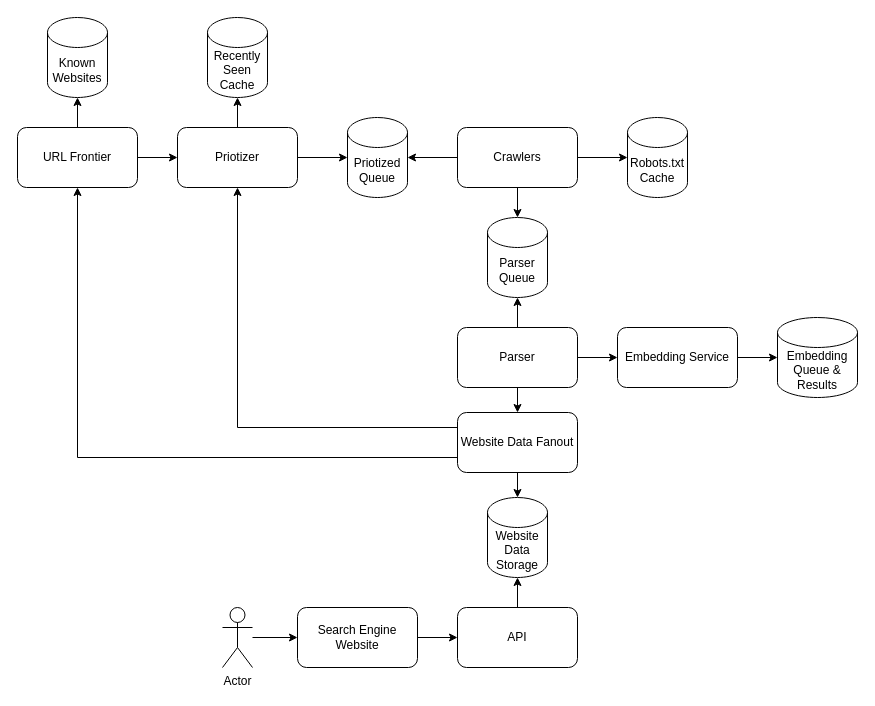
thothent/Diagrams keeps this draw.io diagram as search-engine-architecture.drawio. Above is the earlier version. Source tidied: cells renumbered, new cells numbered last; positions are measured from the earlier drawing's top-left corner, leaving out a move shared by most shapes. Both pictures are drawn from the tidied source at 100%, with x=0, y=0 at pixel (17, 17).
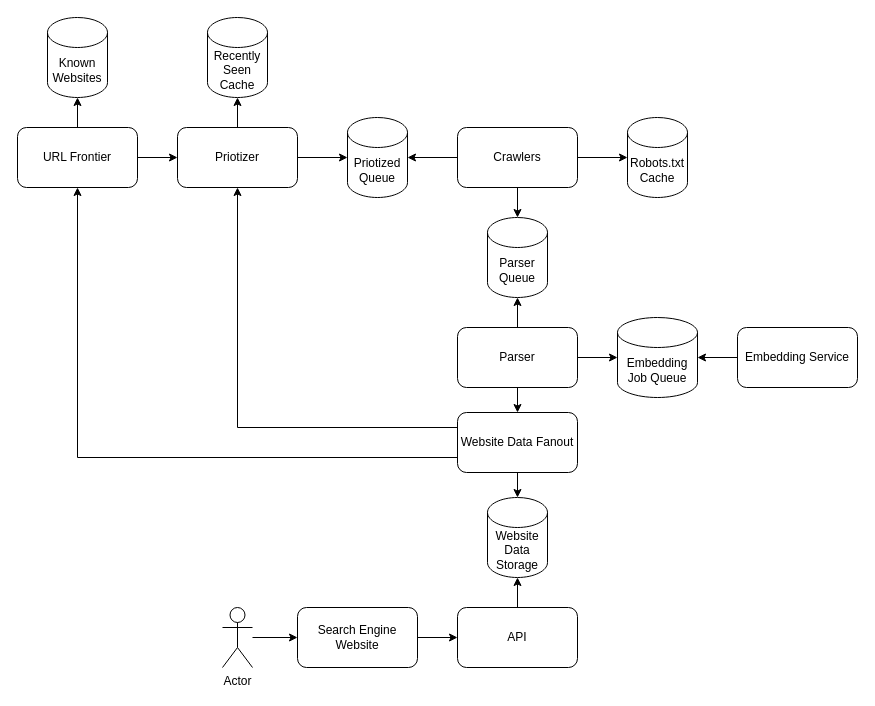
The same page after the edit.

Commit message:
addedd embedding job queue

The change refers to these unchanged cells:
```xml
<mxCell id="13" value="Parser" style="rounded=1;whiteSpace=wrap;html=1;" parent="1" vertex="1">
  <mxGeometry x="440" y="310" width="120" height="60" as="geometry" />
</mxCell>
```

Diff of the diagram source:
```diff
@@
-    <mxCell id="12" style="edgeStyle=orthogonalEdgeStyle;rounded=0;jettySize=auto;html=1;entryX=0;entryY=0.5;entryDx=0;entryDy=0;" parent="1" edge="1" source="13" target="32">
-      <mxGeometry relative="1" as="geometry" />
-    </mxCell>
@@
     <mxCell id="32" value="Embedding Service" style="rounded=1;whiteSpace=wrap;html=1;" parent="1" vertex="1">
-      <mxGeometry x="600" y="310" width="120" height="60" as="geometry" />
+      <mxGeometry x="720" y="310" width="120" height="60" as="geometry" />
     </mxCell>
-    <mxCell id="33" value="Embedding&lt;div&gt;Queue &amp;amp; Results&lt;/div&gt;" style="shape=cylinder3;whiteSpace=wrap;html=1;boundedLbl=1;backgroundOutline=1;size=15;" parent="1" vertex="1">
-      <mxGeometry x="760" y="300" width="80" height="80" as="geometry" />
-    </mxCell>
-    <mxCell id="34" style="edgeStyle=orthogonalEdgeStyle;rounded=0;jettySize=auto;html=1;exitX=1;exitY=0.5;exitDx=0;exitDy=0;entryX=0;entryY=0.5;entryDx=0;entryDy=0;entryPerimeter=0;" parent="1" edge="1" source="32" target="33">
-      <mxGeometry relative="1" as="geometry" />
-    </mxCell>
+    <mxCell id="35" value="Embedding&lt;div&gt;Job Queue&lt;/div&gt;" style="shape=cylinder3;whiteSpace=wrap;html=1;boundedLbl=1;backgroundOutline=1;size=15;" parent="1" vertex="1">
+      <mxGeometry x="600" y="300" width="80" height="80" as="geometry" />
+    </mxCell>
+    <mxCell id="36" style="edgeStyle=orthogonalEdgeStyle;rounded=0;jettySize=auto;html=1;entryX=0;entryY=0.5;entryDx=0;entryDy=0;entryPerimeter=0;" parent="1" edge="1" source="13" target="35">
+      <mxGeometry relative="1" as="geometry" />
+    </mxCell>
+    <mxCell id="37" style="edgeStyle=orthogonalEdgeStyle;rounded=0;jettySize=auto;html=1;entryX=1;entryY=0.5;entryDx=0;entryDy=0;entryPerimeter=0;" parent="1" edge="1" source="32" target="35">
+      <mxGeometry relative="1" as="geometry" />
+    </mxCell>
```
